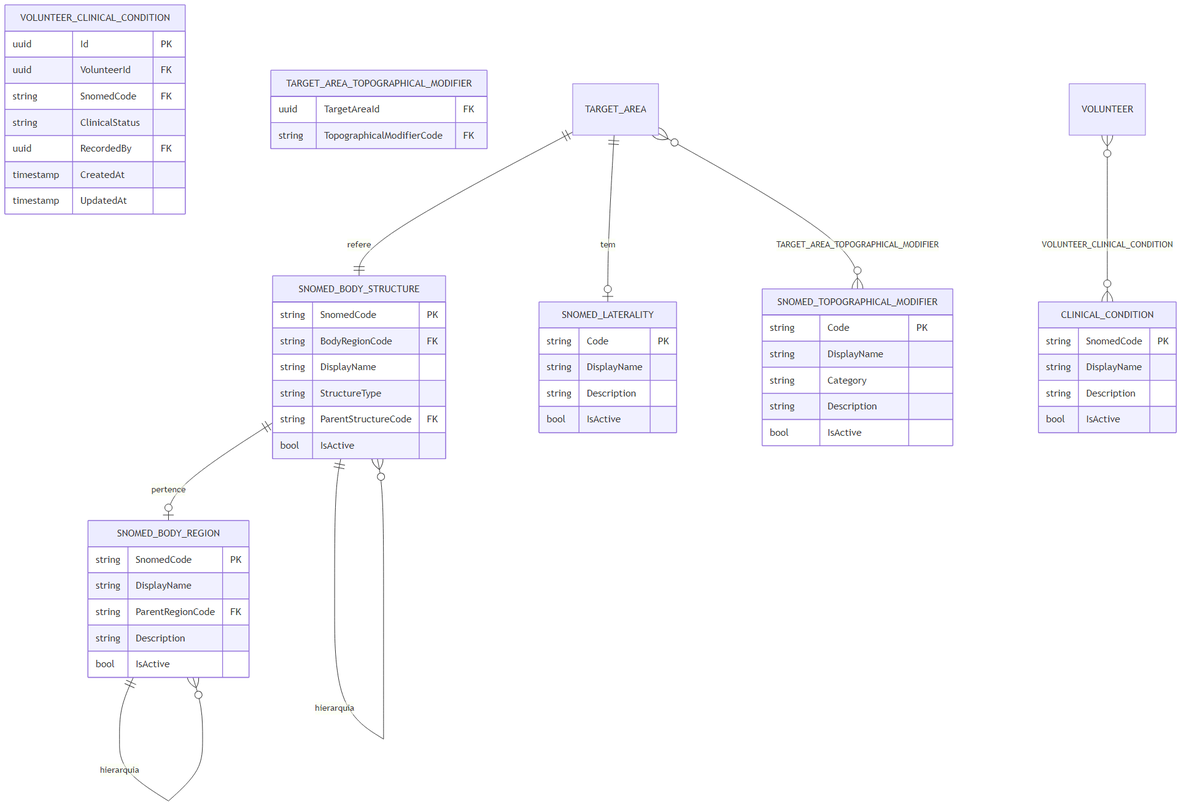
Above: figuras/Desenvolvimento/NPI/modeloDados-familia-vocabulario.png in VitorAndTxr/TCC-Vitor (Mermaid), before the change. Its source is kept beside it as figuras/Desenvolvimento/NPI/modeloDados-familia-vocabulario.mmd.
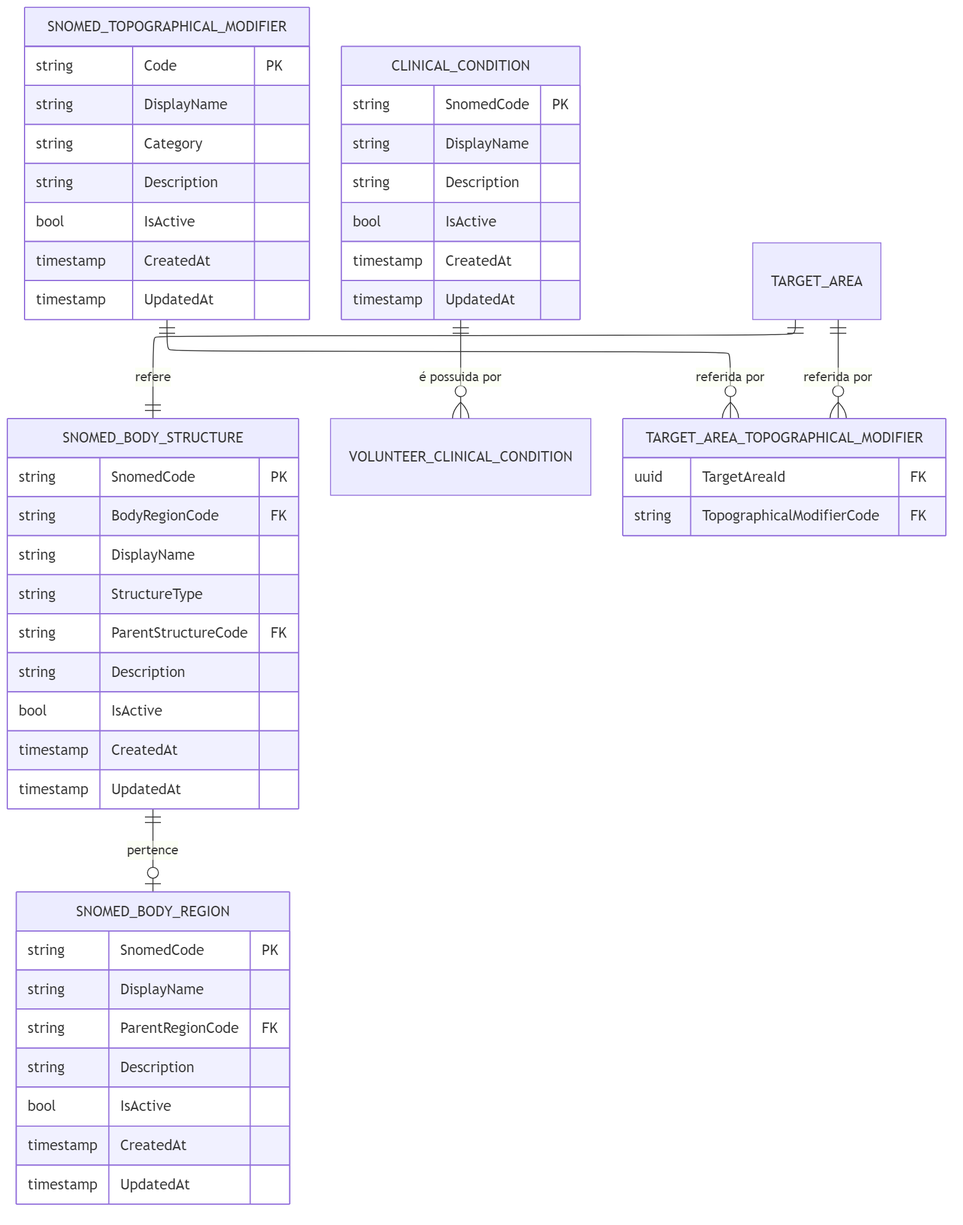
The same diagram one commit later.

Change to the diagram source:
```diff
@@ -1,3 +1,7 @@
+---
+config:
+  layout: elk
+---
 erDiagram
 
     SNOMED_BODY_STRUCTURE {
@@ -6,7 +10,10 @@
         string DisplayName
         string StructureType
         string ParentStructureCode FK
+        string Description
         bool IsActive
+        timestamp CreatedAt
+        timestamp UpdatedAt
     }
 
     SNOMED_BODY_REGION {
@@ -15,6 +22,8 @@
         string ParentRegionCode FK
         string Description
         bool IsActive
+        timestamp CreatedAt
+        timestamp UpdatedAt
     }
 
     SNOMED_TOPOGRAPHICAL_MODIFIER {
@@ -23,13 +32,8 @@
         string Category
         string Description
         bool IsActive
-    }
-
-    SNOMED_LATERALITY {
-        string Code PK
-        string DisplayName
-        string Description
-        bool IsActive
+        timestamp CreatedAt
+        timestamp UpdatedAt
     }
 
     CLINICAL_CONDITION {
@@ -37,16 +41,11 @@
         string DisplayName
         string Description
         bool IsActive
+        timestamp CreatedAt
+        timestamp UpdatedAt
     }
 
     VOLUNTEER_CLINICAL_CONDITION {
-        uuid Id PK
-        uuid VolunteerId FK
-        string SnomedCode FK
-        string ClinicalStatus
-        uuid RecordedBy FK
-        timestamp CreatedAt
-        timestamp UpdatedAt
     }
 
     TARGET_AREA_TOPOGRAPHICAL_MODIFIER {
@@ -54,14 +53,13 @@
         string TopographicalModifierCode FK
     }
 
-    VOLUNTEER { }
+
     TARGET_AREA { }
 
     SNOMED_BODY_STRUCTURE ||--o| SNOMED_BODY_REGION : pertence
-    SNOMED_BODY_REGION ||--o{ SNOMED_BODY_REGION : hierarquia
-    SNOMED_BODY_STRUCTURE ||--o{ SNOMED_BODY_STRUCTURE : hierarquia
 
-    VOLUNTEER }o--o{ CLINICAL_CONDITION : VOLUNTEER_CLINICAL_CONDITION
+
+    CLINICAL_CONDITION ||--o{  VOLUNTEER_CLINICAL_CONDITION: "é possuida por"
     TARGET_AREA ||--|| SNOMED_BODY_STRUCTURE : refere
-    TARGET_AREA ||--o| SNOMED_LATERALITY : tem
-    TARGET_AREA }o--o{ SNOMED_TOPOGRAPHICAL_MODIFIER : TARGET_AREA_TOPOGRAPHICAL_MODIFIER
+    TARGET_AREA ||--o{  TARGET_AREA_TOPOGRAPHICAL_MODIFIER : "referida por"
+    SNOMED_TOPOGRAPHICAL_MODIFIER ||--o{TARGET_AREA_TOPOGRAPHICAL_MODIFIER : "referida por"
```
